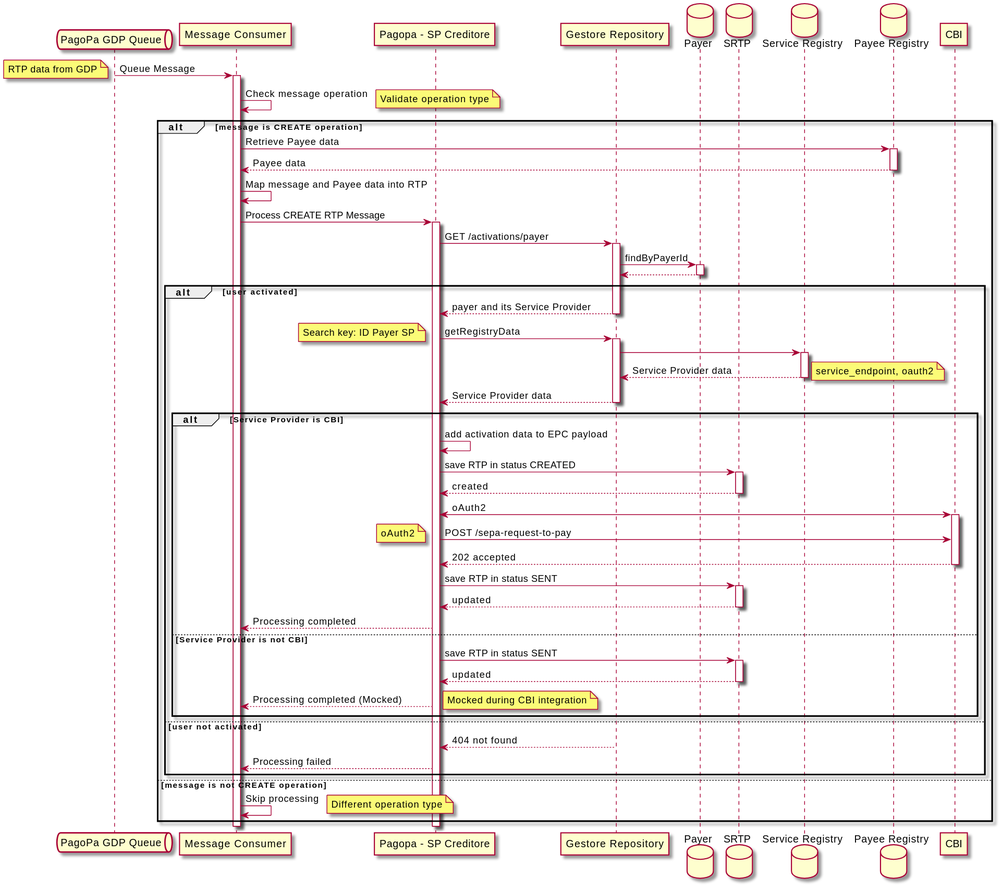
Before: diagrams/create-queue-schema.svg, a diagram exported from PlantUML (pagopa/rtp-docs). The source it was exported from:
```plantuml
@startuml
skin rose
queue "PagoPa GDP Queue" as Queue
participant "Message Consumer" as Consumer
participant "Pagopa - SP Creditore" as SPC
participant "Gestore Repository" as GR
database "Payer" as Payer
database "SRTP" as SRTP
database "Service Registry" as SR
database "Payee Registry" as PR
participant "CBI" as SPD

Queue -> Consumer: Queue Message
note left: RTP data from GDP
activate Consumer
Consumer -> Consumer: Check message operation
note right: Validate operation type
alt message is CREATE operation
Consumer -> PR: Retrieve Payee data
activate PR
PR --> Consumer: Payee data
deactivate PR
Consumer -> Consumer: Map message and Payee data into RTP
Consumer -> SPC: Process CREATE RTP Message
activate SPC
SPC -> GR: GET /activations/payer
activate GR
GR -> Payer: findByPayerId
activate Payer
Payer --> GR
deactivate Payer
alt user activated
GR --> SPC: payer and its Service Provider
deactivate GR
SPC -> GR: getRegistryData
note left: Search key: ID Payer SP
activate GR
GR -> SR
activate SR
SR --> GR: Service Provider data
note right: service_endpoint, oauth2
deactivate SR
GR --> SPC: Service Provider data
deactivate GR
alt Service Provider is CBI
SPC -> SPC: add activation data to EPC payload
SPC -> SRTP: save RTP in status CREATED
activate SRTP
SRTP --> SPC: created
deactivate SRTP
SPC <-> SPD: oAuth2
activate SPD
SPC -> SPD: POST /sepa-request-to-pay
note left: oAuth2
SPD --> SPC: 202 accepted
deactivate SPD
SPC -> SRTP: save RTP in status SENT
activate SRTP
SRTP --> SPC: updated
deactivate SRTP
SPC --> Consumer: Processing completed
else Service Provider is not CBI
SPC -> SRTP: save RTP in status SENT
activate SRTP
SRTP --> SPC: updated
deactivate SRTP
SPC --> Consumer: Processing completed (Mocked)
note right: Mocked during CBI integration
end
else user not activated
activate GR
GR --> SPC: 404 not found
deactivate GR
SPC --> Consumer: Processing failed
end
else message is not CREATE operation
Consumer -> Consumer: Skip processing
note right: Different operation type
end
deactivate SPC
deactivate Consumer
@enduml
```
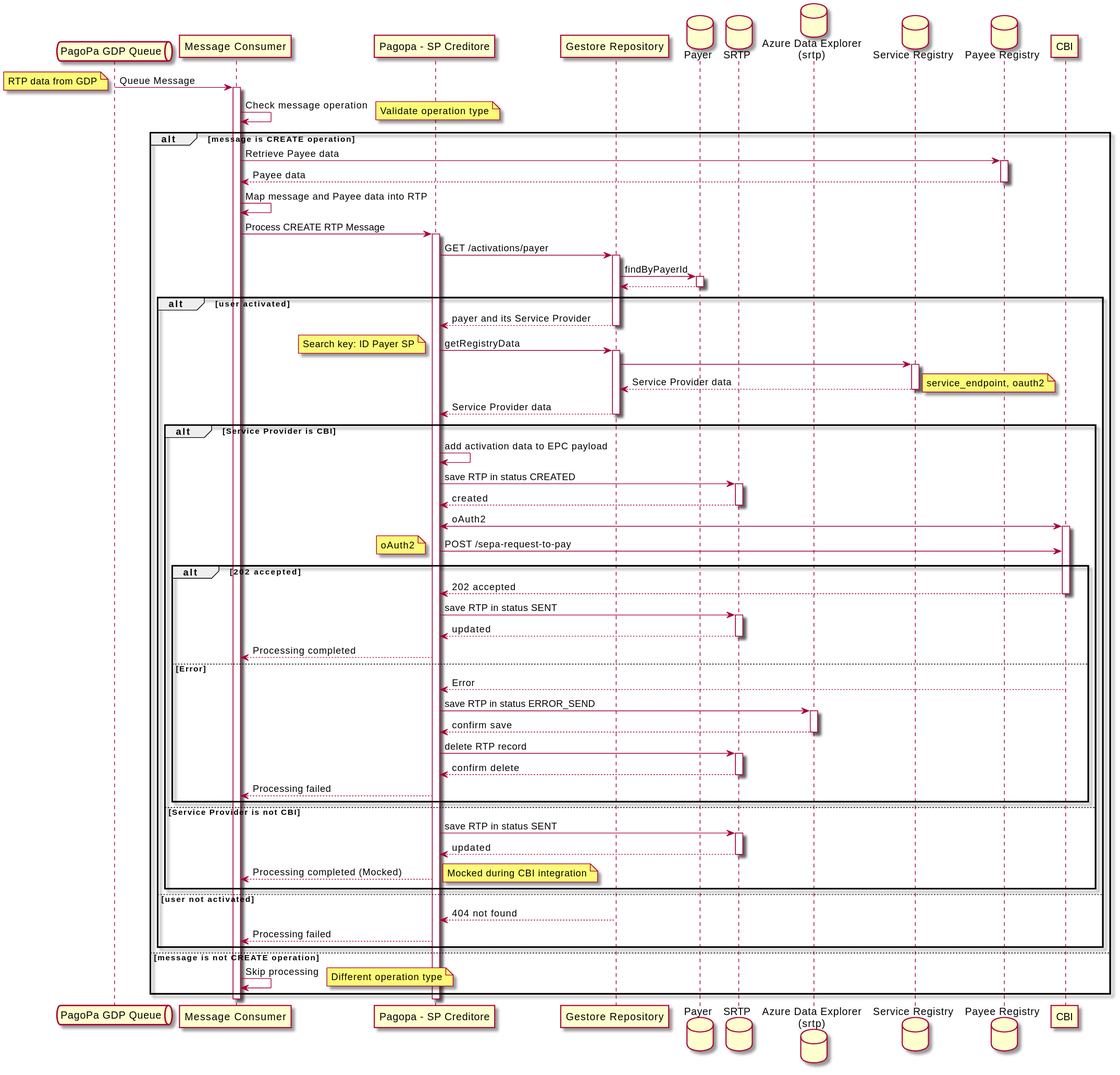
Later version of the same file.

Change to the diagram source:
```diff
@@ -6,6 +6,7 @@
 participant "Gestore Repository" as GR
 database "Payer" as Payer
 database "SRTP" as SRTP
+database "Azure Data Explorer\n(srtp)" as ADX
 database "Service Registry" as SR
 database "Payee Registry" as PR
 participant "CBI" as SPD
@@ -52,6 +53,7 @@
 activate SPD
 SPC -> SPD: POST /sepa-request-to-pay
 note left: oAuth2
+alt 202 accepted
 SPD --> SPC: 202 accepted
 deactivate SPD
 SPC -> SRTP: save RTP in status SENT
@@ -59,6 +61,19 @@
 SRTP --> SPC: updated
 deactivate SRTP
 SPC --> Consumer: Processing completed
+else Error
+SPD --> SPC: Error
+deactivate SPD
+SPC -> ADX: save RTP in status ERROR_SEND
+activate ADX
+ADX --> SPC: confirm save
+deactivate ADX
+SPC -> SRTP: delete RTP record
+activate SRTP
+SRTP --> SPC: confirm delete
+deactivate SRTP
+SPC --> Consumer: Processing failed
+end
 else Service Provider is not CBI
 SPC -> SRTP: save RTP in status SENT
 activate SRTP
```
